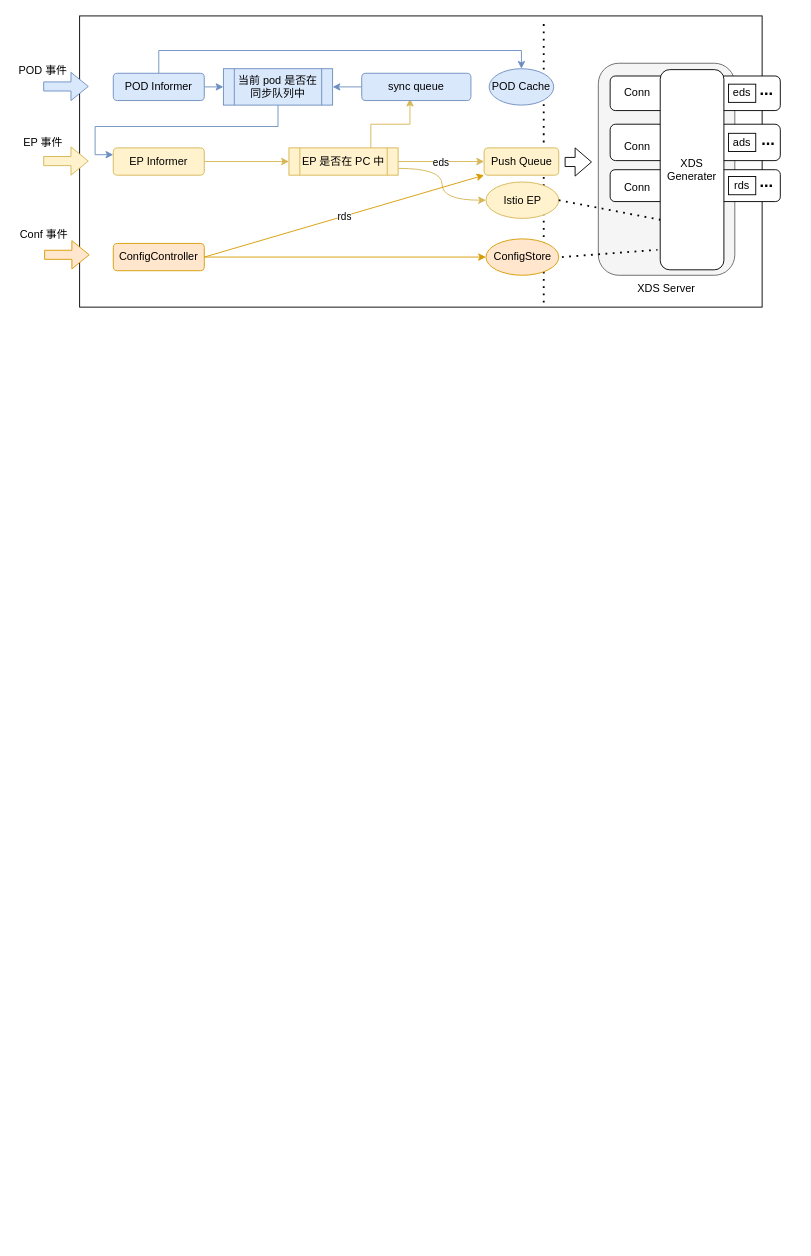
panniyuyu/think-dast-zh keeps this draw.io diagram as istio-eds.drawio. Above is the earlier version. Source tidied: cells renumbered, new cells numbered last; positions are measured from the earlier drawing's top-left corner, leaving out a move shared by most shapes. Both pictures are drawn from the tidied source at 91%, with x=0, y=0 at pixel (15, 15).
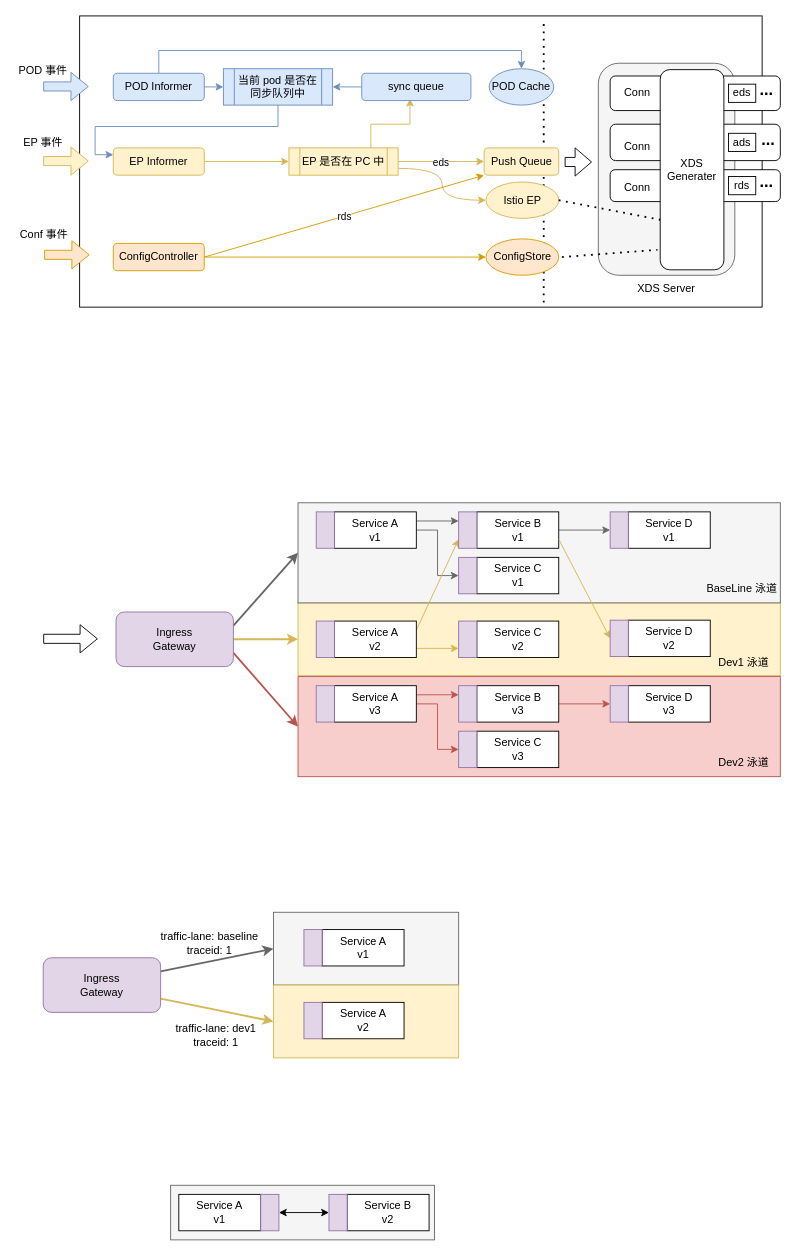
The same page after the edit.

What changed in the source:
```diff
@@
+    <mxCell id="50" style="rounded=0;whiteSpace=wrap;html=1;fillColor=#fff2cc;strokeColor=#d6b656;" parent="1" vertex="1">
+      <mxGeometry x="310" y="645" width="530" height="80" as="geometry" />
+    </mxCell>
+    <mxCell id="51" style="rounded=0;whiteSpace=wrap;html=1;fillColor=#f5f5f5;strokeColor=#666666;fontColor=#333333;" parent="1" vertex="1">
+      <mxGeometry x="310" y="535" width="530" height="110" as="geometry" />
+    </mxCell>
@@
+    <mxCell id="52" style="rounded=0;jettySize=auto;html=1;exitX=1;exitY=0.25;exitDx=0;exitDy=0;entryX=0;entryY=0.5;entryDx=0;entryDy=0;strokeWidth=2;fillColor=#f5f5f5;strokeColor=#666666;" parent="1" edge="1" source="55" target="51">
+      <mxGeometry relative="1" as="geometry" />
+    </mxCell>
+    <mxCell id="53" style="edgeStyle=orthogonalEdgeStyle;rounded=0;jettySize=auto;html=1;exitX=1;exitY=0.5;exitDx=0;exitDy=0;entryX=0;entryY=0.5;entryDx=0;entryDy=0;strokeWidth=2;fillColor=#fff2cc;strokeColor=#d6b656;" parent="1" edge="1" source="55" target="50">
+      <mxGeometry relative="1" as="geometry" />
+    </mxCell>
+    <mxCell id="54" style="rounded=0;jettySize=auto;html=1;exitX=1;exitY=0.75;exitDx=0;exitDy=0;entryX=0;entryY=0.5;entryDx=0;entryDy=0;strokeWidth=2;fillColor=#f8cecc;strokeColor=#b85450;" parent="1" edge="1" source="55" target="77">
+      <mxGeometry relative="1" as="geometry" />
+    </mxCell>
+    <mxCell id="55" value="Ingress &lt;br&gt;Gateway" style="rounded=1;whiteSpace=wrap;html=1;fillColor=#e1d5e7;strokeColor=#9673a6;" parent="1" vertex="1">
+      <mxGeometry x="110" y="655" width="129" height="60" as="geometry" />
+    </mxCell>
+    <mxCell id="56" style="shape=flexArrow;endArrow=classic;html=1;rounded=0;" parent="1" edge="1">
+      <mxGeometry relative="1" as="geometry">
+        <mxPoint x="30" y="684.5" as="sourcePoint" />
+        <mxPoint x="90" y="684.5" as="targetPoint" />
+      </mxGeometry>
+    </mxCell>
+    <mxCell id="57" style="edgeStyle=orthogonalEdgeStyle;rounded=0;jettySize=auto;html=1;exitX=1;exitY=0.25;exitDx=0;exitDy=0;entryX=0;entryY=0.25;entryDx=0;entryDy=0;fillColor=#f5f5f5;strokeColor=#666666;" parent="1" edge="1" source="59" target="67">
+      <mxGeometry relative="1" as="geometry" />
+    </mxCell>
+    <mxCell id="58" style="edgeStyle=orthogonalEdgeStyle;rounded=0;jettySize=auto;html=1;exitX=1;exitY=0.5;exitDx=0;exitDy=0;entryX=0;entryY=0.5;entryDx=0;entryDy=0;fillColor=#f5f5f5;strokeColor=#666666;" parent="1" edge="1" source="59" target="69">
+      <mxGeometry relative="1" as="geometry" />
+    </mxCell>
+    <mxCell id="59" value="Service A&lt;br&gt;v1" style="rounded=0;whiteSpace=wrap;html=1;shadow=0;" parent="1" vertex="1">
+      <mxGeometry x="350" y="545" width="90" height="40" as="geometry" />
+    </mxCell>
+    <mxCell id="60" style="rounded=0;whiteSpace=wrap;html=1;fillColor=#e1d5e7;strokeColor=#9673a6;shadow=0;" parent="1" vertex="1">
+      <mxGeometry x="330" y="545" width="20" height="40" as="geometry" />
+    </mxCell>
+    <mxCell id="61" style="edgeStyle=orthogonalEdgeStyle;rounded=0;jettySize=auto;html=1;exitX=1;exitY=0.75;exitDx=0;exitDy=0;entryX=0;entryY=0.75;entryDx=0;entryDy=0;fillColor=#fff2cc;strokeColor=#d6b656;" parent="1" edge="1" source="63" target="74">
+      <mxGeometry relative="1" as="geometry" />
+    </mxCell>
+    <mxCell id="62" style="rounded=0;jettySize=auto;html=1;exitX=1;exitY=0.25;exitDx=0;exitDy=0;entryX=0;entryY=0.75;entryDx=0;entryDy=0;fillColor=#fff2cc;strokeColor=#d6b656;" parent="1" edge="1" source="63" target="67">
+      <mxGeometry relative="1" as="geometry" />
+    </mxCell>
+    <mxCell id="63" value="Service A&lt;br&gt;v2" style="rounded=0;whiteSpace=wrap;html=1;shadow=0;" parent="1" vertex="1">
+      <mxGeometry x="350" y="665" width="90" height="40" as="geometry" />
+    </mxCell>
+    <mxCell id="64" style="rounded=0;whiteSpace=wrap;html=1;fillColor=#e1d5e7;strokeColor=#9673a6;shadow=0;" parent="1" vertex="1">
+      <mxGeometry x="330" y="665" width="20" height="40" as="geometry" />
+    </mxCell>
+    <mxCell id="65" style="edgeStyle=orthogonalEdgeStyle;rounded=0;jettySize=auto;html=1;exitX=1;exitY=0.5;exitDx=0;exitDy=0;entryX=0;entryY=0.5;entryDx=0;entryDy=0;fillColor=#f5f5f5;strokeColor=#666666;" parent="1" edge="1" source="66" target="71">
+      <mxGeometry relative="1" as="geometry" />
+    </mxCell>
+    <mxCell id="66" value="Service B&lt;br&gt;v1" style="rounded=0;whiteSpace=wrap;html=1;shadow=0;" parent="1" vertex="1">
+      <mxGeometry x="506.5" y="545" width="90" height="40" as="geometry" />
+    </mxCell>
+    <mxCell id="67" style="rounded=0;whiteSpace=wrap;html=1;fillColor=#e1d5e7;strokeColor=#9673a6;shadow=0;" parent="1" vertex="1">
+      <mxGeometry x="486.5" y="545" width="20" height="40" as="geometry" />
+    </mxCell>
+    <mxCell id="68" value="Service C&lt;br&gt;v1" style="rounded=0;whiteSpace=wrap;html=1;shadow=0;" parent="1" vertex="1">
+      <mxGeometry x="506.5" y="595" width="90" height="40" as="geometry" />
+    </mxCell>
+    <mxCell id="69" style="rounded=0;whiteSpace=wrap;html=1;fillColor=#e1d5e7;strokeColor=#9673a6;shadow=0;" parent="1" vertex="1">
+      <mxGeometry x="486.5" y="595" width="20" height="40" as="geometry" />
+    </mxCell>
+    <mxCell id="70" value="Service D&lt;br&gt;v1" style="rounded=0;whiteSpace=wrap;html=1;shadow=0;" parent="1" vertex="1">
+      <mxGeometry x="673" y="545" width="90" height="40" as="geometry" />
+    </mxCell>
+    <mxCell id="71" style="rounded=0;whiteSpace=wrap;html=1;fillColor=#e1d5e7;strokeColor=#9673a6;shadow=0;" parent="1" vertex="1">
+      <mxGeometry x="653" y="545" width="20" height="40" as="geometry" />
+    </mxCell>
+    <mxCell id="72" style="rounded=0;jettySize=auto;html=1;exitX=1;exitY=0.75;exitDx=0;exitDy=0;entryX=0;entryY=0.5;entryDx=0;entryDy=0;fillColor=#fff2cc;strokeColor=#d6b656;" parent="1" edge="1" source="66" target="76">
+      <mxGeometry relative="1" as="geometry" />
+    </mxCell>
+    <mxCell id="73" value="Service C&lt;br&gt;v2" style="rounded=0;whiteSpace=wrap;html=1;shadow=0;" parent="1" vertex="1">
+      <mxGeometry x="506.5" y="665" width="90" height="40" as="geometry" />
+    </mxCell>
+    <mxCell id="74" style="rounded=0;whiteSpace=wrap;html=1;fillColor=#e1d5e7;strokeColor=#9673a6;shadow=0;" parent="1" vertex="1">
+      <mxGeometry x="486.5" y="665" width="20" height="40" as="geometry" />
+    </mxCell>
+    <mxCell id="75" value="Service D&lt;br&gt;v2" style="rounded=0;whiteSpace=wrap;html=1;shadow=0;" parent="1" vertex="1">
+      <mxGeometry x="673" y="664" width="90" height="40" as="geometry" />
+    </mxCell>
+    <mxCell id="76" style="rounded=0;whiteSpace=wrap;html=1;fillColor=#e1d5e7;strokeColor=#9673a6;shadow=0;" parent="1" vertex="1">
+      <mxGeometry x="653" y="664" width="20" height="40" as="geometry" />
+    </mxCell>
+    <mxCell id="77" style="rounded=0;whiteSpace=wrap;html=1;fillColor=#f8cecc;strokeColor=#b85450;" parent="1" vertex="1">
+      <mxGeometry x="310" y="726" width="530" height="110" as="geometry" />
+    </mxCell>
+    <mxCell id="78" style="edgeStyle=orthogonalEdgeStyle;rounded=0;jettySize=auto;html=1;exitX=1;exitY=0.25;exitDx=0;exitDy=0;entryX=0;entryY=0.25;entryDx=0;entryDy=0;fillColor=#f8cecc;strokeColor=#b85450;" parent="1" edge="1" source="80" target="84">
+      <mxGeometry relative="1" as="geometry" />
+    </mxCell>
+    <mxCell id="79" style="edgeStyle=orthogonalEdgeStyle;rounded=0;jettySize=auto;html=1;exitX=1;exitY=0.5;exitDx=0;exitDy=0;entryX=0;entryY=0.5;entryDx=0;entryDy=0;fillColor=#f8cecc;strokeColor=#b85450;" parent="1" edge="1" source="80" target="86">
+      <mxGeometry relative="1" as="geometry" />
+    </mxCell>
+    <mxCell id="80" value="Service A&lt;br&gt;v3" style="rounded=0;whiteSpace=wrap;html=1;shadow=0;" parent="1" vertex="1">
+      <mxGeometry x="350" y="736" width="90" height="40" as="geometry" />
+    </mxCell>
+    <mxCell id="81" style="rounded=0;whiteSpace=wrap;html=1;fillColor=#e1d5e7;strokeColor=#9673a6;shadow=0;" parent="1" vertex="1">
+      <mxGeometry x="330" y="736" width="20" height="40" as="geometry" />
+    </mxCell>
+    <mxCell id="82" style="edgeStyle=orthogonalEdgeStyle;rounded=0;jettySize=auto;html=1;exitX=1;exitY=0.5;exitDx=0;exitDy=0;entryX=0;entryY=0.5;entryDx=0;entryDy=0;fillColor=#f8cecc;strokeColor=#b85450;" parent="1" edge="1" source="83" target="88">
+      <mxGeometry relative="1" as="geometry" />
+    </mxCell>
+    <mxCell id="83" value="Service B&lt;br&gt;v3" style="rounded=0;whiteSpace=wrap;html=1;shadow=0;" parent="1" vertex="1">
+      <mxGeometry x="506.5" y="736" width="90" height="40" as="geometry" />
+    </mxCell>
+    <mxCell id="84" style="rounded=0;whiteSpace=wrap;html=1;fillColor=#e1d5e7;strokeColor=#9673a6;shadow=0;" parent="1" vertex="1">
+      <mxGeometry x="486.5" y="736" width="20" height="40" as="geometry" />
+    </mxCell>
+    <mxCell id="85" value="Service C&lt;br&gt;v3" style="rounded=0;whiteSpace=wrap;html=1;shadow=0;" parent="1" vertex="1">
+      <mxGeometry x="506.5" y="786" width="90" height="40" as="geometry" />
+    </mxCell>
+    <mxCell id="86" style="rounded=0;whiteSpace=wrap;html=1;fillColor=#e1d5e7;strokeColor=#9673a6;shadow=0;" parent="1" vertex="1">
+      <mxGeometry x="486.5" y="786" width="20" height="40" as="geometry" />
+    </mxCell>
+    <mxCell id="87" value="Service D&lt;br&gt;v3" style="rounded=0;whiteSpace=wrap;html=1;shadow=0;" parent="1" vertex="1">
+      <mxGeometry x="673" y="736" width="90" height="40" as="geometry" />
+    </mxCell>
+    <mxCell id="88" style="rounded=0;whiteSpace=wrap;html=1;fillColor=#e1d5e7;strokeColor=#9673a6;shadow=0;" parent="1" vertex="1">
+      <mxGeometry x="653" y="736" width="20" height="40" as="geometry" />
+    </mxCell>
+    <mxCell id="89" value="BaseLine 泳道" style="text;html=1;strokeColor=none;fillColor=none;align=center;verticalAlign=middle;whiteSpace=wrap;rounded=0;" parent="1" vertex="1">
+      <mxGeometry x="758" y="615" width="80" height="30" as="geometry" />
+    </mxCell>
+    <mxCell id="90" value="Dev1 泳道" style="text;html=1;strokeColor=none;fillColor=none;align=center;verticalAlign=middle;whiteSpace=wrap;rounded=0;" parent="1" vertex="1">
+      <mxGeometry x="760" y="696" width="80" height="30" as="geometry" />
+    </mxCell>
+    <mxCell id="91" value="Dev2 泳道" style="text;html=1;strokeColor=none;fillColor=none;align=center;verticalAlign=middle;whiteSpace=wrap;rounded=0;" parent="1" vertex="1">
+      <mxGeometry x="760" y="806" width="80" height="30" as="geometry" />
+    </mxCell>
+    <mxCell id="92" style="rounded=0;jettySize=auto;html=1;exitX=1;exitY=0.25;exitDx=0;exitDy=0;entryX=0;entryY=0.5;entryDx=0;entryDy=0;strokeWidth=2;fillColor=#f5f5f5;strokeColor=#666666;" parent="1" edge="1" source="94" target="95">
+      <mxGeometry relative="1" as="geometry" />
+    </mxCell>
+    <mxCell id="93" style="rounded=0;jettySize=auto;html=1;exitX=1;exitY=0.75;exitDx=0;exitDy=0;entryX=0;entryY=0.5;entryDx=0;entryDy=0;strokeWidth=2;fillColor=#fff2cc;strokeColor=#d6b656;" parent="1" edge="1" source="94" target="98">
+      <mxGeometry relative="1" as="geometry" />
+    </mxCell>
+    <mxCell id="94" value="Ingress &lt;br&gt;Gateway" style="rounded=1;whiteSpace=wrap;html=1;fillColor=#e1d5e7;strokeColor=#9673a6;" parent="1" vertex="1">
+      <mxGeometry x="30" y="1035" width="129" height="60" as="geometry" />
+    </mxCell>
+    <mxCell id="95" style="rounded=0;whiteSpace=wrap;html=1;fillColor=#f5f5f5;strokeColor=#666666;fontColor=#333333;" parent="1" vertex="1">
+      <mxGeometry x="283" y="985" width="203.5" height="80" as="geometry" />
+    </mxCell>
+    <mxCell id="96" value="Service A&lt;br&gt;v1" style="rounded=0;whiteSpace=wrap;html=1;shadow=0;" parent="1" vertex="1">
+      <mxGeometry x="336.5" y="1004" width="90" height="40" as="geometry" />
+    </mxCell>
+    <mxCell id="97" style="rounded=0;whiteSpace=wrap;html=1;fillColor=#e1d5e7;strokeColor=#9673a6;shadow=0;" parent="1" vertex="1">
+      <mxGeometry x="316.5" y="1004" width="20" height="40" as="geometry" />
+    </mxCell>
+    <mxCell id="98" style="rounded=0;whiteSpace=wrap;html=1;fillColor=#fff2cc;strokeColor=#d6b656;" parent="1" vertex="1">
+      <mxGeometry x="283" y="1065" width="203.5" height="80" as="geometry" />
+    </mxCell>
+    <mxCell id="99" value="Service A&lt;br&gt;v2" style="rounded=0;whiteSpace=wrap;html=1;shadow=0;" parent="1" vertex="1">
+      <mxGeometry x="336.5" y="1084" width="90" height="40" as="geometry" />
+    </mxCell>
+    <mxCell id="100" style="rounded=0;whiteSpace=wrap;html=1;fillColor=#e1d5e7;strokeColor=#9673a6;shadow=0;" parent="1" vertex="1">
+      <mxGeometry x="316.5" y="1084" width="20" height="40" as="geometry" />
+    </mxCell>
+    <mxCell id="101" value="traffic-lane: baseline&lt;br&gt;traceid: 1" style="text;html=1;strokeColor=none;fillColor=none;align=center;verticalAlign=middle;whiteSpace=wrap;rounded=0;" parent="1" vertex="1">
+      <mxGeometry x="143" y="1004" width="140" height="30" as="geometry" />
+    </mxCell>
+    <mxCell id="102" value="traffic-lane: dev1&lt;br&gt;traceid: 1" style="text;html=1;strokeColor=none;fillColor=none;align=center;verticalAlign=middle;whiteSpace=wrap;rounded=0;" parent="1" vertex="1">
+      <mxGeometry x="150" y="1105" width="140" height="30" as="geometry" />
+    </mxCell>
+    <mxCell id="103" style="rounded=0;whiteSpace=wrap;html=1;fillColor=#f5f5f5;strokeColor=#666666;fontColor=#333333;" parent="1" vertex="1">
+      <mxGeometry x="170" y="1285" width="290" height="60" as="geometry" />
+    </mxCell>
+    <mxCell id="104" value="Service A&lt;br&gt;v1" style="rounded=0;whiteSpace=wrap;html=1;shadow=0;" parent="1" vertex="1">
+      <mxGeometry x="179" y="1295" width="90" height="40" as="geometry" />
+    </mxCell>
+    <mxCell id="105" style="edgeStyle=orthogonalEdgeStyle;rounded=0;jettySize=auto;html=1;exitX=1;exitY=0.5;exitDx=0;exitDy=0;entryX=0;entryY=0.5;entryDx=0;entryDy=0;startArrow=classic;startFill=1;" parent="1" edge="1" source="106" target="108">
+      <mxGeometry relative="1" as="geometry" />
+    </mxCell>
+    <mxCell id="106" style="rounded=0;whiteSpace=wrap;html=1;fillColor=#e1d5e7;strokeColor=#9673a6;shadow=0;" parent="1" vertex="1">
+      <mxGeometry x="269" y="1295" width="20" height="40" as="geometry" />
+    </mxCell>
+    <mxCell id="107" value="Service B&lt;br&gt;v2" style="rounded=0;whiteSpace=wrap;html=1;shadow=0;" parent="1" vertex="1">
+      <mxGeometry x="364" y="1295" width="90" height="40" as="geometry" />
+    </mxCell>
+    <mxCell id="108" style="rounded=0;whiteSpace=wrap;html=1;fillColor=#e1d5e7;strokeColor=#9673a6;shadow=0;" parent="1" vertex="1">
+      <mxGeometry x="344" y="1295" width="20" height="40" as="geometry" />
+    </mxCell>
```
